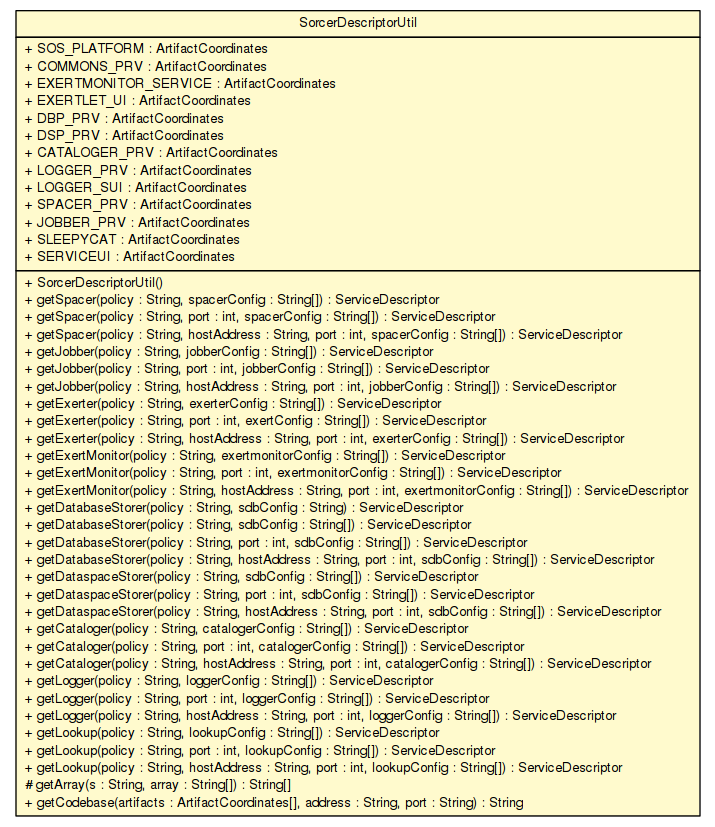
Earlier version of the Graphviz export apidocs/sorcer/provider/boot/SorcerDescriptorUtil.png (sorcersoft/sorcersoft.github.io). Its source is kept beside it as apidocs/sorcer/provider/boot/SorcerDescriptorUtil.dot.
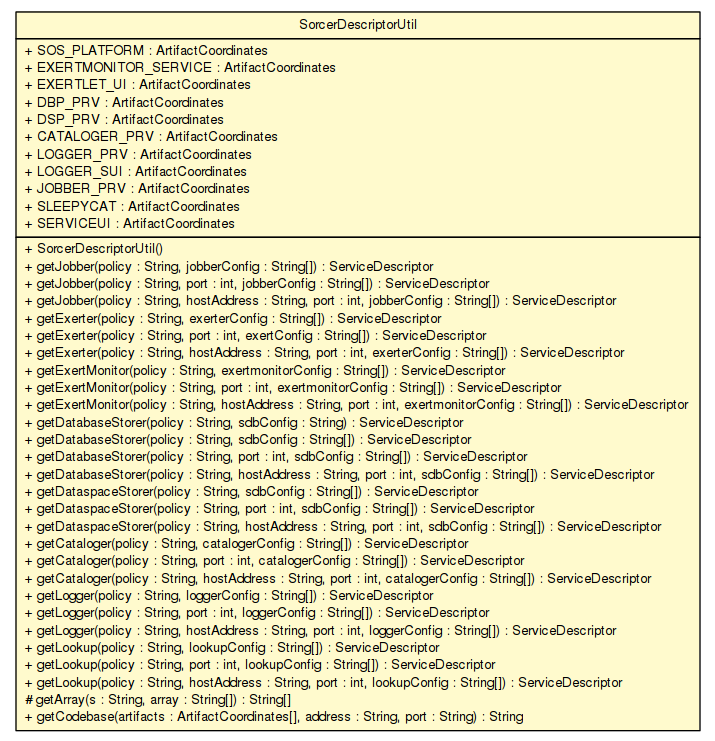
After the change.

Change to the diagram source:
```diff
@@ -4,13 +4,12 @@
 	node [fontname="Helvetica",fontsize=10,shape=plaintext];
 	nodesep=0.25;
 	ranksep=0.5;
-	c512064 [label=<<table title="sorcer.provider.boot.SorcerDescriptorUtil" border="0" cellborder="1" cellspacing="0" cellpadding="2" port="p" bgcolor="lemonChiffon" href="./SorcerDescriptorUtil.html">
+	c548384 [label=<<table title="sorcer.provider.boot.SorcerDescriptorUtil" border="0" cellborder="1" cellspacing="0" cellpadding="2" port="p" bgcolor="lemonChiffon" href="./SorcerDescriptorUtil.html">
 		<tr><td><table border="0" cellspacing="0" cellpadding="1">
 <tr><td align="center" balign="center"> SorcerDescriptorUtil </td></tr>
 		</table></td></tr>
 		<tr><td><table border="0" cellspacing="0" cellpadding="1">
 <tr><td align="left" balign="left"> + SOS_PLATFORM : ArtifactCoordinates </td></tr>
-<tr><td align="left" balign="left"> + COMMONS_PRV : ArtifactCoordinates </td></tr>
 <tr><td align="left" balign="left"> + EXERTMONITOR_SERVICE : ArtifactCoordinates </td></tr>
 <tr><td align="left" balign="left"> + EXERTLET_UI : ArtifactCoordinates </td></tr>
 <tr><td align="left" balign="left"> + DBP_PRV : ArtifactCoordinates </td></tr>
@@ -18,16 +17,12 @@
 <tr><td align="left" balign="left"> + CATALOGER_PRV : ArtifactCoordinates </td></tr>
 <tr><td align="left" balign="left"> + LOGGER_PRV : ArtifactCoordinates </td></tr>
 <tr><td align="left" balign="left"> + LOGGER_SUI : ArtifactCoordinates </td></tr>
-<tr><td align="left" balign="left"> + SPACER_PRV : ArtifactCoordinates </td></tr>
 <tr><td align="left" balign="left"> + JOBBER_PRV : ArtifactCoordinates </td></tr>
 <tr><td align="left" balign="left"> + SLEEPYCAT : ArtifactCoordinates </td></tr>
 <tr><td align="left" balign="left"> + SERVICEUI : ArtifactCoordinates </td></tr>
 		</table></td></tr>
 		<tr><td><table border="0" cellspacing="0" cellpadding="1">
 <tr><td align="left" balign="left"> + SorcerDescriptorUtil() </td></tr>
-<tr><td align="left" balign="left"> + getSpacer(policy : String, spacerConfig : String[]) : ServiceDescriptor </td></tr>
-<tr><td align="left" balign="left"> + getSpacer(policy : String, port : int, spacerConfig : String[]) : ServiceDescriptor </td></tr>
-<tr><td align="left" balign="left"> + getSpacer(policy : String, hostAddress : String, port : int, spacerConfig : String[]) : ServiceDescriptor </td></tr>
 <tr><td align="left" balign="left"> + getJobber(policy : String, jobberConfig : String[]) : ServiceDescriptor </td></tr>
 <tr><td align="left" balign="left"> + getJobber(policy : String, port : int, jobberConfig : String[]) : ServiceDescriptor </td></tr>
 <tr><td align="left" balign="left"> + getJobber(policy : String, hostAddress : String, port : int, jobberConfig : String[]) : ServiceDescriptor </td></tr>
```
